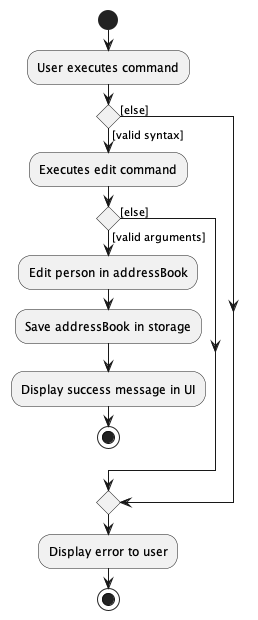
Before: docs/images/EditCommandActivityDiagram.png, a diagram exported from PlantUML (nus-cs2103-AY2223S2/tp).
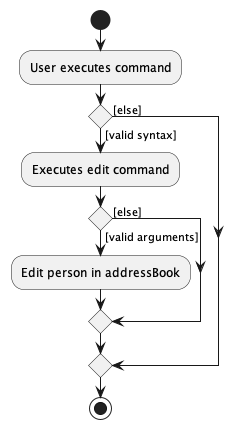
Later version of the same file.

Commit message:
Modify EditCommandActivityDiagram - Remove redundant states - Make it higher level

What changed in the source:
```diff
@@ -8,16 +8,13 @@
 
     if() then ([valid arguments])
         :Edit person in addressBook;
-        :Save addressBook in storage;
-        :Display success message in UI;
-        stop
 
     else([else])
         endif
 
 else([else])
     endif
-    :Display error to user;
+
 stop
 
 @enduml
```
